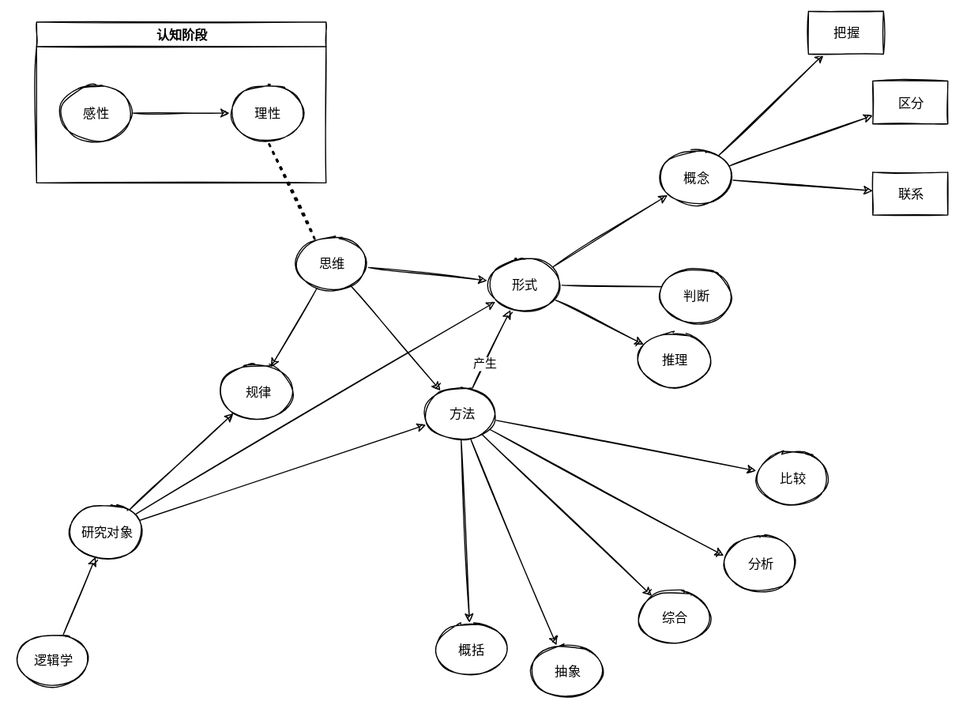
This is 笔记/工具/哲学/Untitled Diagram.svg from Echo-Yanglulu/obsidianPrivateNote, a draw.io export, as it was before one commit. Source tidied: cells renumbered, new cells last; positions are measured from the earlier drawing's top-left corner, leaving out a move shared by most shapes.
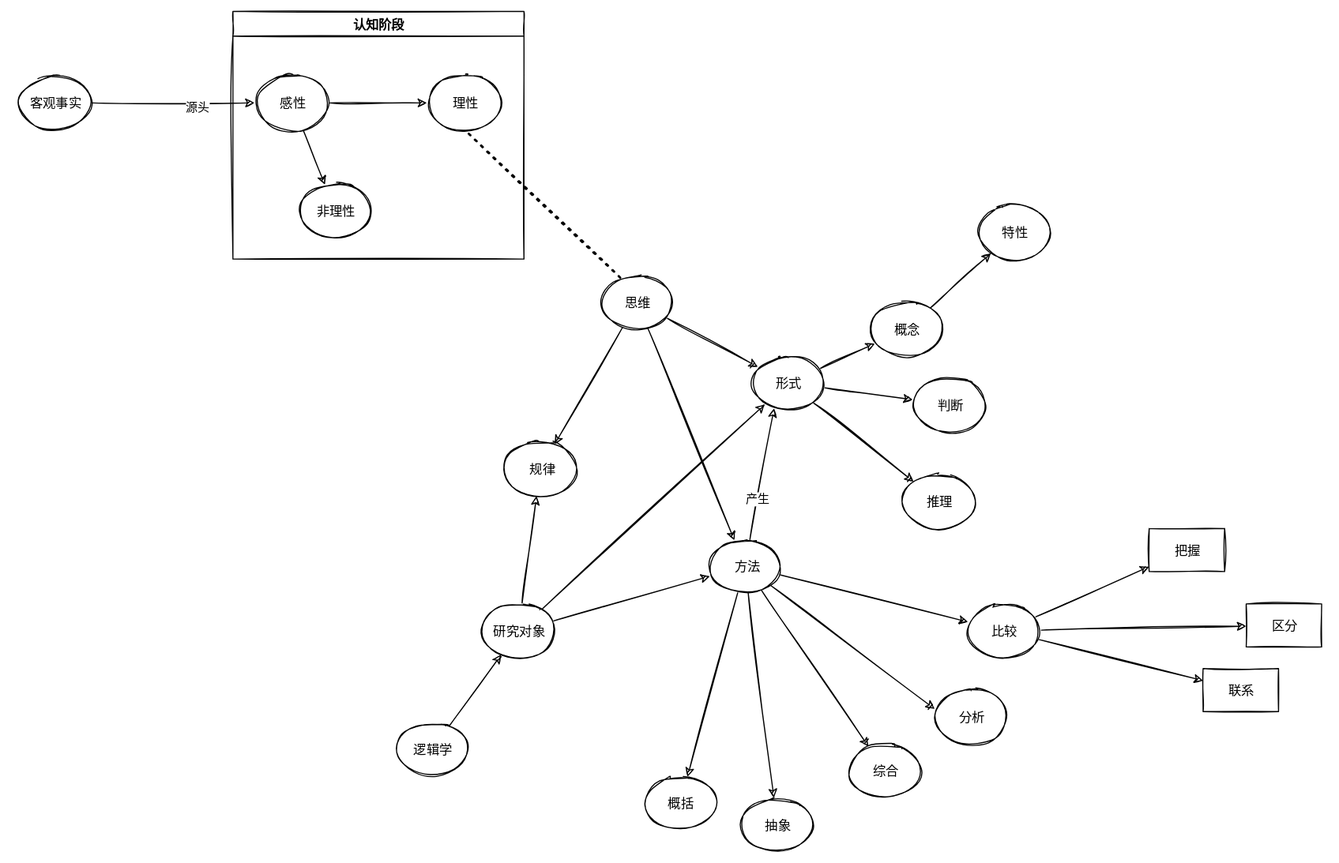
Later version of the same file.

Change to the diagram source:
```diff
@@ -3,22 +3,28 @@
     <mxCell id="0" />
     <mxCell id="1" parent="0" />
     <mxCell id="2" value="认知阶段" style="swimlane;" parent="1" vertex="1">
-      <mxGeometry x="20" y="10" width="270" height="150" as="geometry" />
+      <mxGeometry x="10" y="-140" width="270" height="230" as="geometry" />
     </mxCell>
     <mxCell id="3" style="edgeStyle=none;html=1;entryX=0;entryY=0.5;entryDx=0;entryDy=0;" parent="2" edge="1" source="4" target="5">
       <mxGeometry relative="1" as="geometry" />
     </mxCell>
+    <mxCell id="44" style="edgeStyle=none;html=1;" parent="2" edge="1" source="4" target="45">
+      <mxGeometry relative="1" as="geometry" />
+    </mxCell>
     <mxCell id="4" value="感性" style="ellipse;whiteSpace=wrap;html=1;" parent="2" vertex="1">
       <mxGeometry x="20" y="60" width="70" height="50" as="geometry" />
     </mxCell>
     <mxCell id="5" value="理性" style="ellipse;whiteSpace=wrap;html=1;" parent="2" vertex="1">
       <mxGeometry x="180" y="60" width="70" height="50" as="geometry" />
     </mxCell>
+    <mxCell id="45" value="非理性" style="ellipse;whiteSpace=wrap;html=1;" parent="2" vertex="1">
+      <mxGeometry x="60" y="160" width="70" height="50" as="geometry" />
+    </mxCell>
     <mxCell id="6" style="edgeStyle=none;html=1;" parent="1" edge="1" source="7" target="40">
       <mxGeometry relative="1" as="geometry" />
     </mxCell>
     <mxCell id="7" value="逻辑学" style="ellipse;whiteSpace=wrap;html=1;" parent="1" vertex="1">
-      <mxGeometry y="580" width="70" height="50" as="geometry" />
+      <mxGeometry x="160" y="520" width="70" height="50" as="geometry" />
     </mxCell>
     <mxCell id="8" style="edgeStyle=none;html=1;" parent="1" edge="1" source="11" target="13">
       <mxGeometry relative="1" as="geometry" />
@@ -30,13 +36,13 @@
       <mxGeometry relative="1" as="geometry" />
     </mxCell>
     <mxCell id="11" value="思维" style="ellipse;whiteSpace=wrap;html=1;" parent="1" vertex="1">
-      <mxGeometry x="260" y="210" width="70" height="50" as="geometry" />
+      <mxGeometry x="350" y="105" width="70" height="50" as="geometry" />
     </mxCell>
     <mxCell id="12" style="endArrow=none;dashed=1;html=1;dashPattern=1 3;strokeWidth=2;exitX=0.276;exitY=0.044;exitDx=0;exitDy=0;entryX=0.5;entryY=1;entryDx=0;entryDy=0;exitPerimeter=0;" parent="1" edge="1" source="11" target="5">
       <mxGeometry relative="1" as="geometry" />
     </mxCell>
     <mxCell id="13" value="&amp;nbsp;规律" style="ellipse;whiteSpace=wrap;html=1;" parent="1" vertex="1">
-      <mxGeometry x="190" y="330" width="70" height="50" as="geometry" />
+      <mxGeometry x="260" y="260" width="70" height="50" as="geometry" />
     </mxCell>
     <mxCell id="14" style="edgeStyle=none;html=1;entryX=0.015;entryY=0.351;entryDx=0;entryDy=0;entryPerimeter=0;" parent="1" edge="1" source="21" target="32">
       <mxGeometry relative="1" as="geometry" />
@@ -60,7 +66,7 @@
       <mxGeometry x="-0.37" y="1" relative="1" as="geometry" />
     </mxCell>
     <mxCell id="21" value="&amp;nbsp;方法" style="ellipse;whiteSpace=wrap;html=1;" parent="1" vertex="1">
-      <mxGeometry x="380" y="350" width="70" height="50" as="geometry" />
+      <mxGeometry x="450" y="350" width="70" height="50" as="geometry" />
     </mxCell>
     <mxCell id="22" style="edgeStyle=none;html=1;" parent="1" edge="1" source="25" target="29">
       <mxGeometry relative="1" as="geometry" />
@@ -68,31 +74,32 @@
     <mxCell id="23" style="edgeStyle=none;html=1;" parent="1" edge="1" source="25" target="30">
       <mxGeometry relative="1" as="geometry" />
     </mxCell>
-    <mxCell id="24" style="edgeStyle=none;html=1;" parent="1" edge="1" source="25">
-      <mxGeometry relative="1" as="geometry">
-        <mxPoint x="630" y="257" as="targetPoint" />
-      </mxGeometry>
+    <mxCell id="24" style="edgeStyle=none;html=1;" parent="1" edge="1" source="25" target="31">
+      <mxGeometry relative="1" as="geometry" />
     </mxCell>
     <mxCell id="25" value="形式" style="ellipse;whiteSpace=wrap;html=1;" parent="1" vertex="1">
-      <mxGeometry x="440" y="230" width="70" height="50" as="geometry" />
+      <mxGeometry x="490" y="180" width="70" height="50" as="geometry" />
     </mxCell>
-    <mxCell id="26" style="edgeStyle=none;html=1;" parent="1" edge="1" source="29" target="41">
+    <mxCell id="26" style="edgeStyle=none;html=1;" parent="1" edge="1" source="36" target="41">
       <mxGeometry relative="1" as="geometry" />
     </mxCell>
-    <mxCell id="27" style="edgeStyle=none;html=1;" parent="1" edge="1" source="29" target="42">
+    <mxCell id="27" style="edgeStyle=none;html=1;" parent="1" edge="1" source="36" target="42">
       <mxGeometry relative="1" as="geometry" />
     </mxCell>
-    <mxCell id="28" style="edgeStyle=none;html=1;" parent="1" edge="1" source="29" target="43">
+    <mxCell id="28" style="edgeStyle=none;html=1;" parent="1" edge="1" source="36" target="43">
       <mxGeometry relative="1" as="geometry" />
     </mxCell>
+    <mxCell id="46" style="edgeStyle=none;html=1;" parent="1" edge="1" source="29" target="50">
+      <mxGeometry relative="1" as="geometry" />
+    </mxCell>
     <mxCell id="29" value="概念" style="ellipse;whiteSpace=wrap;html=1;" parent="1" vertex="1">
       <mxGeometry x="600" y="130" width="70" height="50" as="geometry" />
     </mxCell>
     <mxCell id="30" value="推理" style="ellipse;whiteSpace=wrap;html=1;" parent="1" vertex="1">
-      <mxGeometry x="580" y="300" width="70" height="50" as="geometry" />
+      <mxGeometry x="630" y="290" width="70" height="50" as="geometry" />
     </mxCell>
     <mxCell id="31" value="判断" style="ellipse;whiteSpace=wrap;html=1;" parent="1" vertex="1">
-      <mxGeometry x="600" y="240" width="70" height="50" as="geometry" />
+      <mxGeometry x="640" y="200" width="70" height="50" as="geometry" />
     </mxCell>
     <mxCell id="32" value="分析" style="ellipse;whiteSpace=wrap;html=1;" parent="1" vertex="1">
       <mxGeometry x="660" y="490" width="70" height="50" as="geometry" />
@@ -119,16 +126,28 @@
       <mxGeometry relative="1" as="geometry" />
     </mxCell>
     <mxCell id="40" value="研究对象" style="ellipse;whiteSpace=wrap;html=1;" parent="1" vertex="1">
-      <mxGeometry x="50" y="460" width="70" height="50" as="geometry" />
+      <mxGeometry x="240" y="410" width="70" height="50" as="geometry" />
     </mxCell>
     <mxCell id="41" value="把握" style="rounded=0;whiteSpace=wrap;html=1;" parent="1" vertex="1">
-      <mxGeometry x="740" width="70" height="40" as="geometry" />
+      <mxGeometry x="860" y="340" width="70" height="40" as="geometry" />
     </mxCell>
     <mxCell id="42" value="区分" style="rounded=0;whiteSpace=wrap;html=1;" parent="1" vertex="1">
-      <mxGeometry x="800" y="65" width="70" height="40" as="geometry" />
+      <mxGeometry x="950" y="410" width="70" height="40" as="geometry" />
     </mxCell>
     <mxCell id="43" value="联系" style="rounded=0;whiteSpace=wrap;html=1;" parent="1" vertex="1">
-      <mxGeometry x="800" y="150" width="70" height="40" as="geometry" />
+      <mxGeometry x="910" y="470" width="70" height="40" as="geometry" />
     </mxCell>
+    <mxCell id="47" style="edgeStyle=none;html=1;entryX=0;entryY=0.5;entryDx=0;entryDy=0;" parent="1" edge="1" source="49" target="4">
+      <mxGeometry relative="1" as="geometry" />
+    </mxCell>
+    <mxCell id="48" value="源头" style="edgeLabel;html=1;align=center;verticalAlign=middle;" parent="47" vertex="1">
+      <mxGeometry x="0.27" y="-3" relative="1" as="geometry" />
+    </mxCell>
+    <mxCell id="49" value="客观事实" style="ellipse;whiteSpace=wrap;html=1;" parent="1" vertex="1">
+      <mxGeometry x="-190" y="-80" width="70" height="50" as="geometry" />
+    </mxCell>
+    <mxCell id="50" value="特性" style="ellipse;whiteSpace=wrap;html=1;" parent="1" vertex="1">
+      <mxGeometry x="700" y="40" width="70" height="50" as="geometry" />
+    </mxCell>
   </root>
 </mxGraphModel>
```
